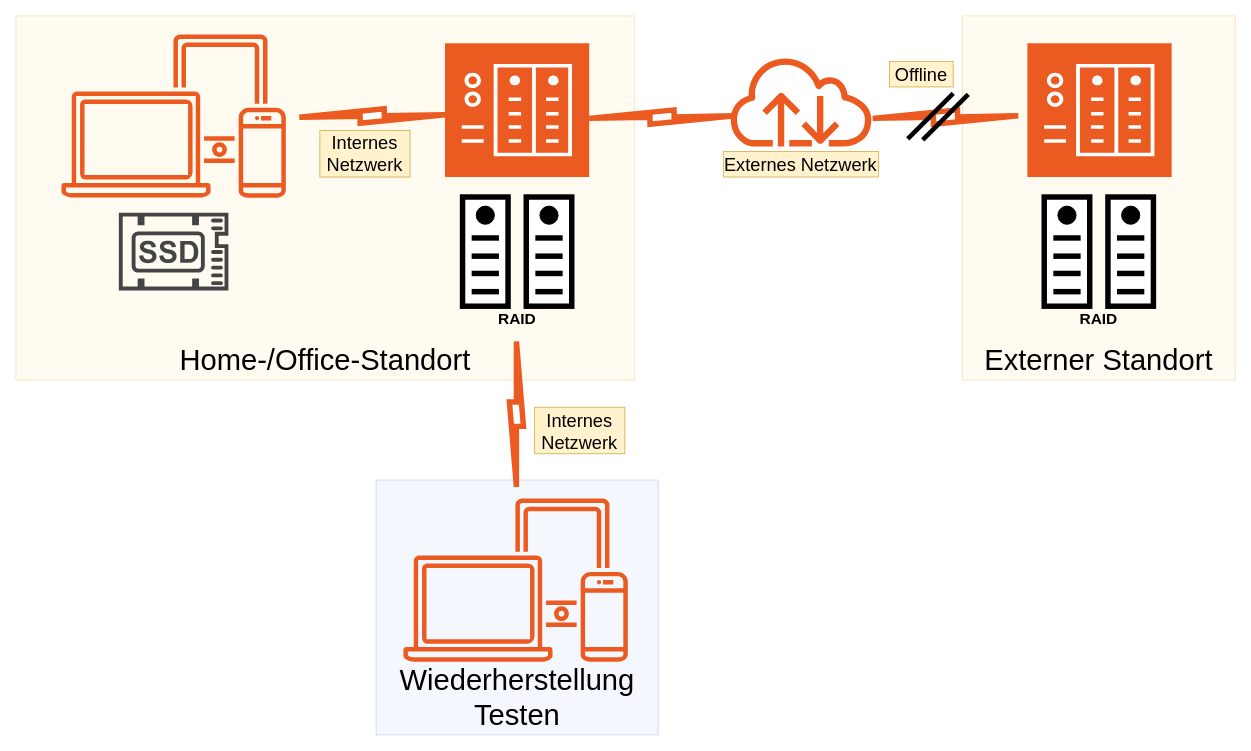
Before: SmarterTec Data Management 3-2-1.drawio in noelchiocchetti/SmarterTec, a draw.io diagram. Source tidied: cells renumbered, new cells numbered last; positions are measured from the earlier drawing's top-left corner, leaving out a move shared by most shapes. Both pictures are drawn from the tidied source at 91%, with x=0, y=0 at pixel (15, 15).
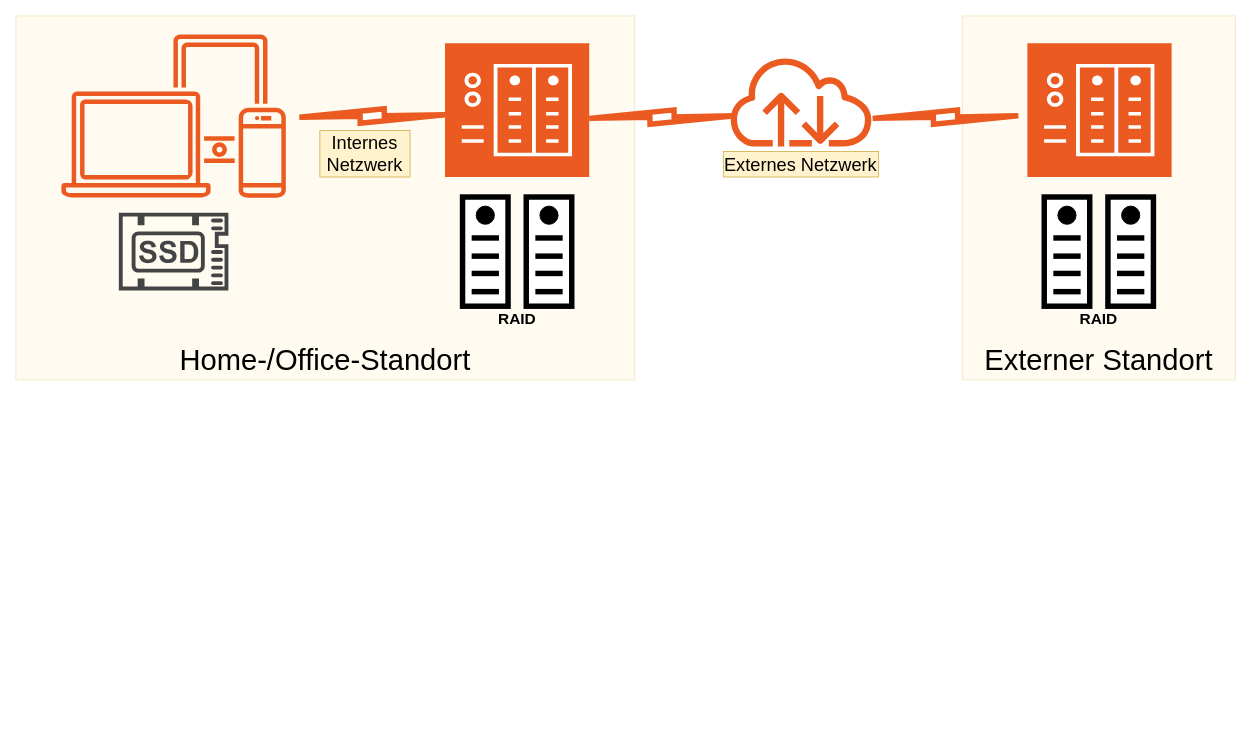
The same diagram, later.

Diff of the diagram source:
```diff
@@
-    <mxCell id="2" value="Wiederherstellung Testen" style="rounded=0;whiteSpace=wrap;html=1;fillColor=#dae8fc;strokeColor=#6c8ebf;fillStyle=auto;opacity=30;verticalAlign=bottom;fontSize=32;" parent="1" vertex="1">
-      <mxGeometry x="395.8" y="510" width="310" height="280" as="geometry" />
-    </mxCell>
@@
-    <mxCell id="45" style="endArrow=none;html=1;rounded=0;strokeWidth=5;" parent="1" edge="1">
-      <mxGeometry relative="1" as="geometry">
-        <mxPoint x="980" y="135" as="sourcePoint" />
-        <mxPoint x="1030" y="85" as="targetPoint" />
-      </mxGeometry>
-    </mxCell>
-    <mxCell id="46" style="endArrow=none;html=1;rounded=0;strokeWidth=5;" parent="1" edge="1">
-      <mxGeometry relative="1" as="geometry">
-        <mxPoint x="996.5" y="136.2" as="sourcePoint" />
-        <mxPoint x="1046.5" y="86.2" as="targetPoint" />
-      </mxGeometry>
-    </mxCell>
-    <mxCell id="47" value="Offline" style="whiteSpace=wrap;html=1;fillColor=#fff2cc;strokeColor=#d6b656;fontSize=20;" parent="1" vertex="1">
-      <mxGeometry x="960" y="50" width="70" height="28" as="geometry" />
-    </mxCell>
-    <mxCell id="48" style="sketch=0;gradientColor=none;fontColor=#545B64;strokeColor=none;fillColor=#EB5B21;dashed=0;verticalLabelPosition=bottom;verticalAlign=top;align=center;html=1;fontSize=12;fontStyle=0;shape=mxgraph.aws4.illustration_devices;" parent="1" vertex="1">
-      <mxGeometry x="425.8" y="530" width="246.6" height="180" as="geometry" />
-    </mxCell>
-    <mxCell id="49" style="html=1;verticalLabelPosition=bottom;align=center;labelBackgroundColor=#ffffff;verticalAlign=top;strokeWidth=6;strokeColor=#EB5B21;shadow=0;dashed=0;shape=mxgraph.ios7.icons.flash;rotation=90;" parent="1" vertex="1">
-      <mxGeometry x="470" y="430" width="160" height="15.4" as="geometry" />
-    </mxCell>
-    <mxCell id="50" value="Internes&lt;div&gt;Netzwerk&lt;/div&gt;" style="whiteSpace=wrap;html=1;fillColor=#fff2cc;strokeColor=#d6b656;fontSize=20;" parent="1" vertex="1">
-      <mxGeometry x="570" y="430" width="99.1" height="51.1" as="geometry" />
-    </mxCell>
```
